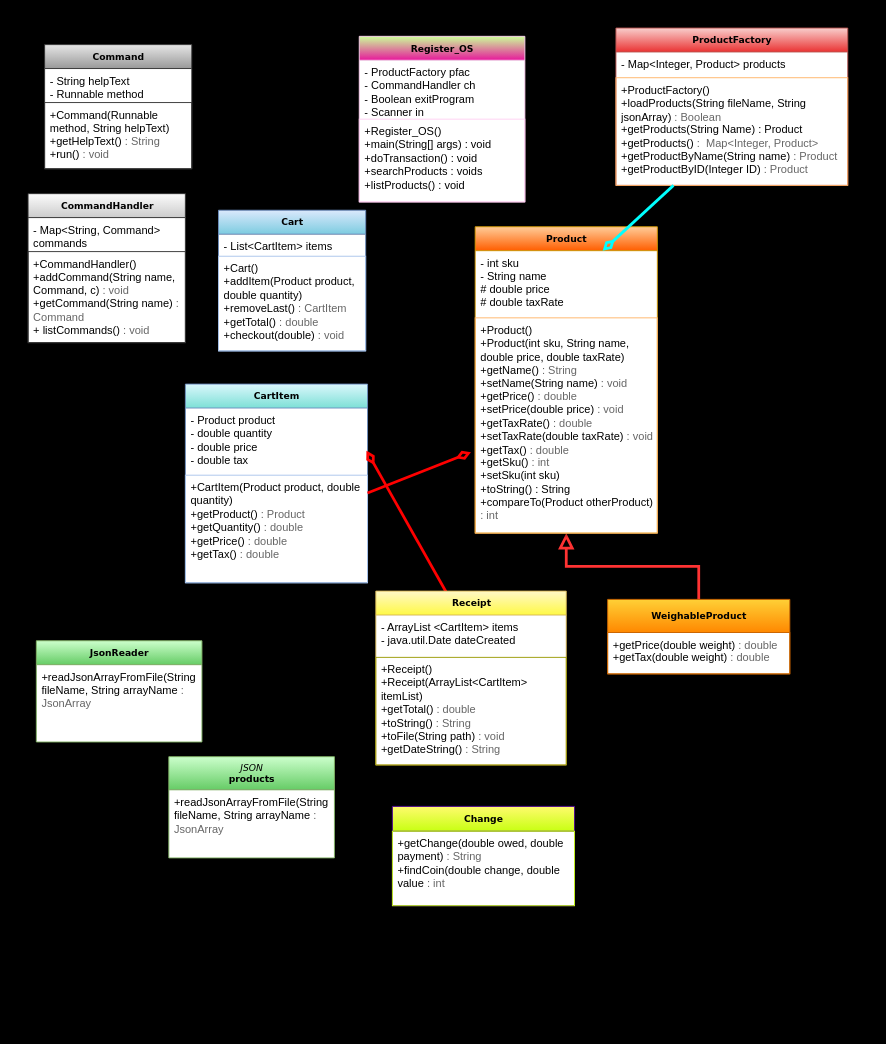
Above: GroceryStoreProject.drawio in ChattState-CompSci2/GroupProject (draw.io), before the change. Source tidied: cells renumbered, new cells numbered last; positions are measured from the earlier drawing's top-left corner, leaving out a move shared by most shapes. Both pictures are drawn from the tidied source at 92%, with x=0, y=0 at pixel (28, 28).
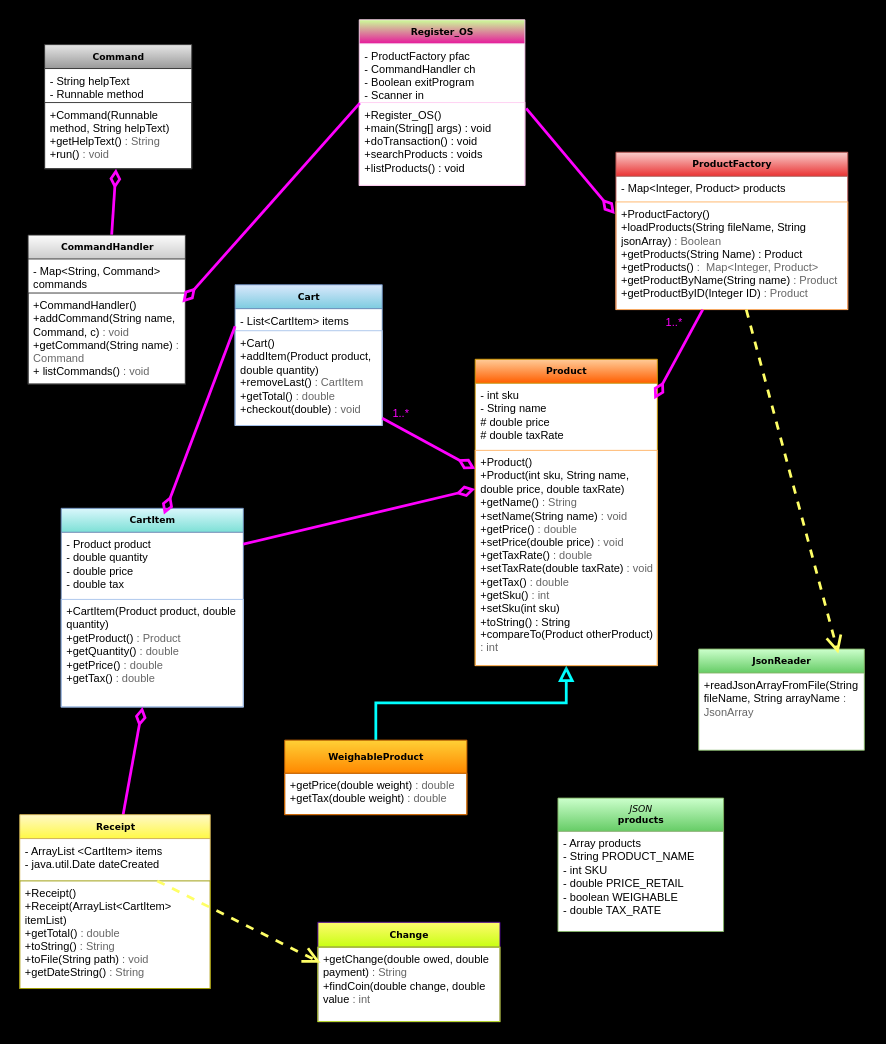
The same page after the edit.

The change refers to these unchanged cells:
```xml
<mxCell id="3" value="- Product product&lt;br&gt;- double quantity&lt;br&gt;- double price&lt;br&gt;- double tax&lt;br&gt;&amp;nbsp;&lt;div&gt;&lt;br&gt;&lt;/div&gt;" style="text;html=1;align=left;verticalAlign=top;spacingLeft=4;spacingRight=4;whiteSpace=wrap;overflow=hidden;points=[[0,0.5],[1,0.5]];portConstraint=eastwest;" parent="2" vertex="1">
  <mxGeometry y="26" width="198" height="73" as="geometry" />
</mxCell>
<mxCell id="4" value="&lt;div&gt;+CartItem(Product product, double quantity)&lt;/div&gt;+getProduct()&lt;font color=&quot;#666666&quot;&gt; : Product&lt;/font&gt;&lt;br&gt;&lt;span style=&quot;background-color: initial;&quot;&gt;+getQuantity(&lt;/span&gt;&lt;span style=&quot;border-color: var(--border-color); background-color: initial;&quot;&gt;) &lt;font color=&quot;#666666&quot;&gt;: double&lt;/font&gt;&lt;/span&gt;&lt;span style=&quot;background-color: initial;&quot;&gt;&lt;br&gt;&lt;/span&gt;&lt;div&gt;&lt;span style=&quot;background-color: initial;&quot;&gt;+getPrice() &lt;font color=&quot;#666666&quot;&gt;: double&lt;/font&gt;&lt;/span&gt;&lt;/div&gt;&lt;div&gt;+getTax()&amp;nbsp;&lt;font style=&quot;border-color: var(--border-color);&quot; color=&quot;#666666&quot;&gt;: double&lt;/font&gt;&lt;span style=&quot;background-color: initial;&quot;&gt;&lt;font color=&quot;#666666&quot;&gt;&lt;br&gt;&lt;/font&gt;&lt;/span&gt;&lt;/div&gt;" style="text;html=1;strokeColor=#A9C4EB;fillColor=none;align=left;verticalAlign=top;spacingLeft=4;spacingRight=4;whiteSpace=wrap;overflow=hidden;points=[[0,0.5],[1,0.5]];portConstraint=eastwest;" parent="2" vertex="1">
  <mxGeometry y="99" width="198" height="117" as="geometry" />
</mxCell>
<mxCell id="10" value="&lt;div&gt;- ProductFactory pfac&lt;/div&gt;&lt;div&gt;- CommandHandler ch&lt;/div&gt;&lt;div&gt;- Boolean exitProgram&lt;/div&gt;&lt;div&gt;- Scanner in&lt;/div&gt;" style="text;html=1;strokeColor=none;fillColor=none;align=left;verticalAlign=top;spacingLeft=4;spacingRight=4;whiteSpace=wrap;overflow=hidden;points=[[0,0.5],[1,0.5]];portConstraint=eastwest;shadow=1;" parent="9" vertex="1">
  <mxGeometry y="26" width="180" height="64" as="geometry" />
</mxCell>
<mxCell id="11" value="&lt;div&gt;+Register_OS()&lt;/div&gt;&lt;div&gt;+main(String[] args) : void&lt;/div&gt;+doTransaction() : void&lt;br&gt;+searchProducts : voids&lt;br&gt;+listProducts() : void" style="text;html=1;strokeColor=#FFCFF2;fillColor=none;align=left;verticalAlign=top;spacingLeft=4;spacingRight=4;whiteSpace=wrap;overflow=hidden;points=[[0,0.5],[1,0.5]];portConstraint=eastwest;" parent="9" vertex="1">
  <mxGeometry y="90" width="180" height="90" as="geometry" />
</mxCell>
<mxCell id="16" value="&lt;div&gt;+Cart()&lt;/div&gt;+addItem(Product product, double quantity&lt;span style=&quot;background-color: initial;&quot;&gt;)&lt;br&gt;+removeLast() &lt;font color=&quot;#666666&quot;&gt;: CartItem&lt;/font&gt;&lt;br&gt;&lt;/span&gt;&lt;div&gt;&lt;span style=&quot;background-color: initial;&quot;&gt;+getTotal() &lt;font color=&quot;#666666&quot;&gt;: double&lt;/font&gt;&lt;/span&gt;&lt;/div&gt;&lt;div&gt;&lt;span style=&quot;background-color: initial;&quot;&gt;+checkout(double)&lt;font color=&quot;#666666&quot;&gt; : void&lt;/font&gt;&lt;/span&gt;&lt;/div&gt;" style="text;html=1;strokeColor=#A9C4EB;fillColor=none;align=left;verticalAlign=top;spacingLeft=4;spacingRight=4;whiteSpace=wrap;overflow=hidden;points=[[0,0.5],[1,0.5]];portConstraint=eastwest;" parent="14" vertex="1">
  <mxGeometry y="50" width="160" height="103" as="geometry" />
</mxCell>
<mxCell id="18" value="&lt;div&gt;- ArrayList &amp;lt;CartItem&amp;gt; items&lt;/div&gt;&lt;div&gt;- java.util.Date dateCreated&lt;/div&gt;" style="text;html=1;align=left;verticalAlign=top;spacingLeft=4;spacingRight=4;whiteSpace=wrap;overflow=hidden;points=[[0,0.5],[1,0.5]];portConstraint=eastwest;" parent="17" vertex="1">
  <mxGeometry y="26" width="207" height="46" as="geometry" />
</mxCell>
<mxCell id="21" value="- int sku&lt;br&gt;- String name&lt;div&gt;# double price&lt;/div&gt;&lt;div&gt;# double taxRate&lt;/div&gt;" style="text;html=1;strokeColor=none;fillColor=none;align=left;verticalAlign=top;spacingLeft=4;spacingRight=4;whiteSpace=wrap;overflow=hidden;points=[[0,0.5],[1,0.5]];portConstraint=eastwest;" parent="20" vertex="1">
  <mxGeometry y="26" width="198" height="73" as="geometry" />
</mxCell>
<mxCell id="22" value="&lt;div&gt;+Product()&lt;br&gt;&lt;/div&gt;&lt;div&gt;+Product(int sku, String name, double price, double taxRate)&lt;br&gt;&lt;/div&gt;&lt;div&gt;+getName()&lt;font color=&quot;#666666&quot;&gt; : String&lt;/font&gt;&lt;/div&gt;&lt;div&gt;+setName(String name) &lt;font color=&quot;#666666&quot;&gt;: void&lt;/font&gt;&lt;/div&gt;&lt;div&gt;+getPrice() &lt;font color=&quot;#666666&quot;&gt;: double&lt;br&gt;&lt;/font&gt;&lt;/div&gt;&lt;div&gt;+setPrice(double price)&lt;font color=&quot;#666666&quot;&gt; : void&lt;/font&gt;&lt;/div&gt;&lt;div&gt;&lt;div&gt;&lt;span style=&quot;background-color: initial;&quot;&gt;+getTaxRate() &lt;font color=&quot;#666666&quot;&gt;: double&lt;/font&gt;&lt;/span&gt;&lt;/div&gt;&lt;div&gt;&lt;span style=&quot;border-color: var(--border-color);&quot;&gt;+setTaxRate(double taxRate)&lt;font color=&quot;#666666&quot;&gt; : void&lt;/font&gt;&lt;/span&gt;&lt;/div&gt;&lt;div&gt;&lt;span style=&quot;border-color: var(--border-color);&quot;&gt;+getTax()&lt;font color=&quot;#666666&quot;&gt; : double&lt;/font&gt;&lt;/span&gt;&lt;/div&gt;&lt;div&gt;+getSku(&lt;span style=&quot;border-color: var(--border-color); background-color: initial;&quot;&gt;)&lt;font color=&quot;#666666&quot;&gt; : int&lt;/font&gt;&lt;/span&gt;&lt;b&gt;&lt;br&gt;&lt;/b&gt;&lt;div&gt;+setSku(int sku&lt;span style=&quot;background-color: initial;&quot;&gt;)&lt;/span&gt;&lt;/div&gt;&lt;div&gt;&lt;span style=&quot;background-color: initial;&quot;&gt;+toString() : String&lt;/span&gt;&lt;/div&gt;&lt;div&gt;&lt;span style=&quot;background-color: initial;&quot;&gt;+compareTo(Product otherProduct)&lt;font color=&quot;#666666&quot;&gt; : int&lt;/font&gt;&lt;/span&gt;&lt;/div&gt;&lt;div&gt;&lt;br&gt;&lt;/div&gt;&lt;/div&gt;&lt;div&gt;&lt;br&gt;&lt;/div&gt;&lt;/div&gt;" style="text;html=1;align=left;verticalAlign=top;spacingLeft=4;spacingRight=4;whiteSpace=wrap;overflow=hidden;points=[[0,0.5],[1,0.5]];portConstraint=eastwest;strokeColor=#FFB366;" parent="20" vertex="1">
  <mxGeometry y="99" width="198" height="234" as="geometry" />
</mxCell>
<mxCell id="25" value="&lt;div&gt;+ProductFactory()&lt;/div&gt;&lt;div&gt;+loadProducts(String fileName, String jsonArray) &lt;font color=&quot;#666666&quot;&gt;: Boolean&lt;/font&gt;&lt;/div&gt;&lt;div&gt;+getProducts(String Name) : Product&lt;/div&gt;&lt;div&gt;&lt;span style=&quot;border-color: var(--border-color); background-color: initial;&quot;&gt;+getProducts()&amp;nbsp;&lt;font style=&quot;border-color: var(--border-color);&quot; color=&quot;#666666&quot;&gt;:&amp;nbsp;&lt;/font&gt;&lt;/span&gt;&lt;span style=&quot;border-color: var(--border-color); background-color: initial;&quot;&gt;&lt;font style=&quot;border-color: var(--border-color);&quot; color=&quot;#666666&quot;&gt;&amp;nbsp;Map&amp;lt;Integer, Product&amp;gt;&lt;/font&gt;&lt;/span&gt;&lt;br&gt;&lt;/div&gt;&lt;div&gt;&lt;span style=&quot;border-color: var(--border-color); background-color: initial;&quot;&gt;&lt;font style=&quot;border-color: var(--border-color);&quot; color=&quot;#666666&quot;&gt;&lt;span style=&quot;color: rgb(0, 0, 0);&quot;&gt;+getProductByName(String name&lt;/span&gt;&lt;span style=&quot;border-color: var(--border-color); color: rgb(0, 0, 0); background-color: initial;&quot;&gt;)&lt;/span&gt;&lt;span style=&quot;border-color: var(--border-color); background-color: initial;&quot;&gt; : Product&lt;/span&gt;&lt;br&gt;&lt;/font&gt;&lt;/span&gt;&lt;/div&gt;&lt;div&gt;+getProductByID(Integer ID&lt;span style=&quot;background-color: initial;&quot;&gt;)&lt;font color=&quot;#666666&quot;&gt; : Product&lt;/font&gt;&lt;/span&gt;&lt;/div&gt;&lt;div&gt;&lt;div&gt;&lt;br&gt;&lt;/div&gt;&lt;/div&gt;&lt;div&gt;&lt;br&gt;&lt;/div&gt;" style="text;html=1;align=left;verticalAlign=top;spacingLeft=4;spacingRight=4;whiteSpace=wrap;overflow=hidden;points=[[0,0.5],[1,0.5]];portConstraint=eastwest;strokeColor=#FFB366;" parent="23" vertex="1">
  <mxGeometry y="54" width="252" height="117" as="geometry" />
</mxCell>
<mxCell id="28" value="&lt;div&gt;+Command(Runnable method, String helpText)&lt;/div&gt;+getHelpText() &lt;font color=&quot;#666666&quot;&gt;: String&lt;/font&gt;&lt;div&gt;+run() &lt;font color=&quot;#666666&quot;&gt;: void&lt;/font&gt;&lt;/div&gt;&lt;div&gt;&lt;br&gt;&lt;/div&gt;" style="text;html=1;align=left;verticalAlign=top;spacingLeft=4;spacingRight=4;whiteSpace=wrap;overflow=hidden;points=[[0,0.5],[1,0.5]];portConstraint=eastwest;strokeColor=#333333;" parent="26" vertex="1">
  <mxGeometry y="63" width="160" height="72" as="geometry" />
</mxCell>
<mxCell id="31" value="&lt;div&gt;+CommandHandler()&lt;/div&gt;+addCommand(String name, Command, c) &lt;font color=&quot;#666666&quot;&gt;: void&lt;/font&gt;&lt;br&gt;+getCommand(String name) &lt;font color=&quot;#666666&quot;&gt;: Command&lt;/font&gt;&lt;br&gt;+ listCommands()&lt;font color=&quot;#666666&quot;&gt; : void&lt;/font&gt;&lt;br&gt;&lt;div&gt;&lt;br&gt;&lt;/div&gt;" style="text;html=1;align=left;verticalAlign=top;spacingLeft=4;spacingRight=4;whiteSpace=wrap;overflow=hidden;points=[[0,0.5],[1,0.5]];portConstraint=eastwest;strokeColor=#333333;" parent="29" vertex="1">
  <mxGeometry y="63" width="171" height="99" as="geometry" />
</mxCell>
<mxCell id="33" value="+getChange(double owed, double payment)&lt;font color=&quot;#666666&quot;&gt; : String&lt;/font&gt;&lt;br&gt;+findCoin(double change, double value&lt;font color=&quot;#666666&quot;&gt; : int&lt;/font&gt;" style="text;html=1;strokeColor=#C8FF12;fillColor=none;align=left;verticalAlign=top;spacingLeft=4;spacingRight=4;whiteSpace=wrap;overflow=hidden;points=[[0,0.5],[1,0.5]];portConstraint=eastwest;" parent="32" vertex="1">
  <mxGeometry y="27" width="198" height="81" as="geometry" />
</mxCell>
```

The edit, as a diff of the source:
```diff
@@
     <mxCell id="2" value="&lt;b&gt;CartItem&lt;/b&gt;" style="swimlane;html=1;fontStyle=0;horizontal=1;startSize=26;swimlaneFillColor=#ffffff;rounded=0;shadow=1;comic=0;labelBackgroundColor=none;strokeWidth=1;fontFamily=Verdana;fontSize=10;align=center;fillColor=#DBF7FC;strokeColor=#6c8ebf;gradientColor=#7DE0D6;" parent="1" vertex="1">
-      <mxGeometry x="171" y="387" width="198" height="216" as="geometry" />
+      <mxGeometry x="36" y="522" width="198" height="216" as="geometry" />
     </mxCell>
@@
-    <mxCell id="5" style="edgeStyle=none;rounded=0;html=1;entryX=0.994;entryY=0.635;entryDx=0;entryDy=0;entryPerimeter=0;strokeColor=#FF0000;strokeWidth=3;fontColor=#666666;endArrow=diamondThin;endFill=0;startSize=3;endSize=9;targetPerimeterSpacing=0;" parent="1" edge="1" source="18" target="3">
+    <mxCell id="5" style="edgeStyle=none;rounded=0;html=1;strokeColor=#FF00FF;strokeWidth=3;fontColor=#666666;endArrow=diamondThin;endFill=0;startSize=3;endSize=13;targetPerimeterSpacing=0;" parent="1" edge="1" source="18" target="4">
       <mxGeometry relative="1" as="geometry" />
     </mxCell>
-    <mxCell id="6" style="edgeStyle=orthogonalEdgeStyle;rounded=0;html=1;labelBackgroundColor=none;startFill=0;endArrow=block;endFill=0;endSize=10;fontFamily=Verdana;fontSize=10;fillColor=#ffff88;strokeColor=#FF3333;shadow=1;strokeWidth=3;entryX=0.5;entryY=1;entryDx=0;entryDy=0;exitX=0.5;exitY=0;exitDx=0;exitDy=0;" parent="1" edge="1" source="12" target="20">
+    <mxCell id="6" style="edgeStyle=orthogonalEdgeStyle;rounded=0;html=1;labelBackgroundColor=none;startFill=0;endArrow=block;endFill=0;endSize=10;fontFamily=Verdana;fontSize=10;fillColor=#ffff88;strokeColor=#00FFFF;shadow=1;strokeWidth=3;entryX=0.5;entryY=1;entryDx=0;entryDy=0;exitX=0.5;exitY=0;exitDx=0;exitDy=0;" parent="1" edge="1" source="12" target="20">
       <mxGeometry relative="1" as="geometry" />
     </mxCell>
     <mxCell id="7" value="&lt;b&gt;JsonReader&lt;/b&gt;" style="swimlane;html=1;fontStyle=0;horizontal=1;startSize=26;fillColor=#CCFFCC;swimlaneFillColor=#ffffff;rounded=0;shadow=1;comic=0;labelBackgroundColor=none;strokeWidth=1;fontFamily=Verdana;fontSize=10;align=center;strokeColor=#82b366;gradientColor=#66CC66;" parent="1" vertex="1">
-      <mxGeometry x="9" y="666" width="180" height="110" as="geometry" />
+      <mxGeometry x="729" y="675" width="180" height="110" as="geometry" />
     </mxCell>
-    <mxCell id="8" value="+readJsonArrayFromFile(String fileName, String arrayName&lt;font color=&quot;#666666&quot;&gt; : JsonArray&lt;/font&gt;" style="text;html=1;strokeColor=none;fillColor=none;align=left;verticalAlign=top;spacingLeft=4;spacingRight=4;whiteSpace=wrap;overflow=hidden;" parent="7" vertex="1">
-      <mxGeometry y="26" width="180" height="82" as="geometry" />
-    </mxCell>
     <mxCell id="9" value="&lt;b&gt;Register_OS&lt;/b&gt;" style="swimlane;html=1;fontStyle=0;horizontal=1;startSize=26;swimlaneFillColor=#ffffff;rounded=0;shadow=1;comic=0;labelBackgroundColor=none;strokeWidth=1;fontFamily=Verdana;fontSize=10;align=center;fillColor=#CCFF99;strokeColor=#FFCFF2;gradientColor=#E6199B;" parent="1" vertex="1">
-      <mxGeometry x="360" y="9" width="180" height="180" as="geometry" />
+      <mxGeometry x="360" y="-9" width="180" height="180" as="geometry" />
     </mxCell>
@@
     <mxCell id="12" value="&lt;div style=&quot;&quot;&gt;&lt;b style=&quot;background-color: initial;&quot;&gt;WeighableProduct&lt;/b&gt;&lt;/div&gt;" style="swimlane;html=1;fontStyle=0;horizontal=1;startSize=36;fillColor=#FFD036;swimlaneFillColor=#ffffff;rounded=0;shadow=1;comic=0;labelBackgroundColor=none;strokeWidth=1;fontFamily=Verdana;fontSize=10;align=center;strokeColor=#CC6600;gradientColor=#FF8800;" parent="1" vertex="1">
-      <mxGeometry x="630" y="621" width="198" height="81" as="geometry" />
+      <mxGeometry x="279" y="774" width="198" height="81" as="geometry" />
     </mxCell>
@@
     <mxCell id="14" value="&lt;b&gt;Cart&lt;/b&gt;" style="swimlane;html=1;fontStyle=0;horizontal=1;startSize=26;swimlaneFillColor=#ffffff;rounded=0;shadow=1;comic=0;labelBackgroundColor=none;strokeWidth=1;fontFamily=Verdana;fontSize=10;align=center;fillColor=#dae8fc;strokeColor=#6c8ebf;gradientColor=#7DCCE0;" parent="1" vertex="1">
-      <mxGeometry x="207" y="198" width="160" height="153" as="geometry" />
+      <mxGeometry x="225" y="279" width="160" height="153" as="geometry" />
     </mxCell>
@@
     <mxCell id="17" value="&lt;b&gt;Receipt&lt;/b&gt;" style="swimlane;html=1;fontStyle=0;horizontal=1;startSize=26;swimlaneFillColor=#ffffff;rounded=0;shadow=1;comic=0;labelBackgroundColor=none;strokeWidth=1;fontFamily=Verdana;fontSize=10;align=center;fillColor=#FFF8C7;strokeColor=#d6b656;gradientColor=#FFF945;" parent="1" vertex="1">
-      <mxGeometry x="378" y="612" width="207" height="189" as="geometry" />
+      <mxGeometry x="-9" y="855" width="207" height="189" as="geometry" />
     </mxCell>
@@
     <mxCell id="20" value="&lt;b&gt;Product&lt;/b&gt;" style="swimlane;html=1;fontStyle=0;horizontal=1;startSize=26;fillColor=#FFCC99;swimlaneFillColor=#ffffff;rounded=0;shadow=1;comic=0;labelBackgroundColor=none;strokeWidth=1;fontFamily=Verdana;fontSize=10;align=center;strokeColor=#d79b00;glass=0;swimlaneLine=1;gradientColor=#FF5E00;" parent="1" vertex="1">
-      <mxGeometry x="486" y="216" width="198" height="333" as="geometry" />
+      <mxGeometry x="486" y="360" width="198" height="333" as="geometry" />
     </mxCell>
@@
     <mxCell id="23" value="&lt;b&gt;ProductFactory&lt;/b&gt;" style="swimlane;html=1;fontStyle=0;horizontal=1;startSize=26;fillColor=#f8cecc;swimlaneFillColor=default;rounded=0;shadow=1;comic=0;labelBackgroundColor=none;strokeWidth=1;fontFamily=Verdana;fontSize=10;align=center;strokeColor=#b85450;glass=0;swimlaneLine=1;gradientColor=#EA3333;gradientDirection=south;" parent="1" vertex="1">
-      <mxGeometry x="639" width="252" height="171" as="geometry" />
+      <mxGeometry x="639" y="135" width="252" height="171" as="geometry" />
     </mxCell>
@@
+    <mxCell id="38" style="edgeStyle=none;rounded=0;html=1;strokeColor=#FF00FF;strokeWidth=3;fontColor=#666666;endArrow=diamondThin;endFill=0;startSize=3;endSize=13;targetPerimeterSpacing=0;" parent="1" edge="1" source="29" target="28">
+      <mxGeometry relative="1" as="geometry" />
+    </mxCell>
     <mxCell id="29" value="&lt;b&gt;CommandHandler&lt;/b&gt;" style="swimlane;html=1;fontStyle=0;horizontal=1;startSize=26;fillColor=#FCFCFC;swimlaneFillColor=#ffffff;rounded=0;shadow=1;comic=0;labelBackgroundColor=none;strokeWidth=1;fontFamily=Verdana;fontSize=10;align=center;strokeColor=#333333;glass=0;swimlaneLine=1;gradientColor=#CCCCCC;" parent="1" vertex="1">
-      <mxGeometry y="180" width="171" height="162" as="geometry" />
+      <mxGeometry y="225" width="171" height="162" as="geometry" />
     </mxCell>
@@
     <mxCell id="32" value="&lt;div style=&quot;&quot;&gt;&lt;b&gt;Change&lt;/b&gt;&lt;/div&gt;" style="swimlane;html=1;fontStyle=0;horizontal=1;startSize=27;fillColor=#FFFA6E;swimlaneFillColor=#ffffff;rounded=0;shadow=1;comic=0;labelBackgroundColor=none;strokeWidth=1;fontFamily=Verdana;fontSize=10;align=center;strokeColor=#4C0099;gradientColor=#C8FF12;" parent="1" vertex="1">
-      <mxGeometry x="396" y="846" width="198" height="108" as="geometry" />
+      <mxGeometry x="315" y="972" width="198" height="108" as="geometry" />
     </mxCell>
@@
-    <mxCell id="34" style="edgeStyle=none;html=1;entryX=-0.023;entryY=0.624;entryDx=0;entryDy=0;entryPerimeter=0;strokeColor=#FF0000;strokeWidth=3;fontColor=#666666;endArrow=diamondThin;endFill=0;targetPerimeterSpacing=0;rounded=0;startSize=1;endSize=9;" parent="1" edge="1" source="4" target="22">
-      <mxGeometry relative="1" as="geometry" />
-    </mxCell>
-    <mxCell id="35" style="edgeStyle=none;rounded=0;html=1;strokeColor=#00FFFF;strokeWidth=3;fontColor=#666666;endArrow=diamondThin;endFill=0;startSize=3;endSize=9;targetPerimeterSpacing=0;" parent="1" edge="1" source="25" target="21">
+    <mxCell id="35" style="edgeStyle=none;rounded=0;html=1;strokeColor=#FF00FF;strokeWidth=3;fontColor=#666666;endArrow=diamondThin;endFill=0;startSize=3;endSize=13;targetPerimeterSpacing=0;entryX=0.983;entryY=0.238;entryDx=0;entryDy=0;entryPerimeter=0;" parent="1" edge="1" source="25" target="21">
       <mxGeometry relative="1" as="geometry" />
     </mxCell>
     <mxCell id="36" value="&lt;i&gt;JSON&lt;br&gt;&lt;/i&gt;&lt;b&gt;products&lt;/b&gt;" style="swimlane;html=1;fontStyle=0;horizontal=1;startSize=36;fillColor=#CCFFCC;swimlaneFillColor=#ffffff;rounded=0;shadow=1;comic=0;labelBackgroundColor=none;strokeWidth=1;fontFamily=Verdana;fontSize=10;align=center;strokeColor=#82b366;gradientColor=#66CC66;" parent="1" vertex="1">
-      <mxGeometry x="153" y="792" width="180" height="110" as="geometry" />
+      <mxGeometry x="576" y="837" width="180" height="145" as="geometry" />
     </mxCell>
-    <mxCell id="37" value="+readJsonArrayFromFile(String fileName, String arrayName&lt;font color=&quot;#666666&quot;&gt; : JsonArray&lt;/font&gt;" style="text;html=1;strokeColor=none;fillColor=none;align=left;verticalAlign=top;spacingLeft=4;spacingRight=4;whiteSpace=wrap;overflow=hidden;" parent="36" vertex="1">
-      <mxGeometry y="36" width="180" height="73" as="geometry" />
+    <mxCell id="37" value="- Array products&lt;br&gt;- String PRODUCT_NAME&lt;br&gt;- int SKU&lt;br&gt;- double PRICE_RETAIL&lt;br&gt;- boolean WEIGHABLE&lt;br&gt;- double TAX_RATE" style="text;html=1;strokeColor=none;fillColor=none;align=left;verticalAlign=top;spacingLeft=4;spacingRight=4;whiteSpace=wrap;overflow=hidden;" parent="36" vertex="1">
+      <mxGeometry y="36" width="180" height="108" as="geometry" />
     </mxCell>
+    <mxCell id="39" style="edgeStyle=none;rounded=0;html=1;strokeColor=#FF00FF;strokeWidth=3;fontColor=#666666;endArrow=diamondThin;endFill=0;startSize=3;endSize=13;targetPerimeterSpacing=0;" parent="1" edge="1" source="3">
+      <mxGeometry relative="1" as="geometry">
+        <mxPoint x="486" y="501" as="targetPoint" />
+      </mxGeometry>
+    </mxCell>
+    <mxCell id="40" style="edgeStyle=none;rounded=0;html=1;entryX=-0.005;entryY=0.113;entryDx=0;entryDy=0;entryPerimeter=0;strokeColor=#FF00FF;strokeWidth=3;fontColor=#666666;endArrow=diamondThin;endFill=0;startSize=3;endSize=13;targetPerimeterSpacing=0;exitX=1.008;exitY=1.097;exitDx=0;exitDy=0;exitPerimeter=0;" parent="1" edge="1" source="10" target="25">
+      <mxGeometry relative="1" as="geometry" />
+    </mxCell>
+    <mxCell id="41" style="edgeStyle=none;rounded=0;html=1;entryX=0.564;entryY=0.031;entryDx=0;entryDy=0;entryPerimeter=0;strokeColor=#FF00FF;strokeWidth=3;fontColor=#666666;endArrow=diamondThin;endFill=0;startSize=3;endSize=13;targetPerimeterSpacing=0;" parent="1" edge="1" target="2">
+      <mxGeometry relative="1" as="geometry">
+        <mxPoint x="225" y="324" as="sourcePoint" />
+      </mxGeometry>
+    </mxCell>
+    <mxCell id="42" style="edgeStyle=none;rounded=0;html=1;entryX=0;entryY=0.086;entryDx=0;entryDy=0;entryPerimeter=0;strokeColor=#FF00FF;strokeWidth=3;fontColor=#666666;endArrow=diamondThin;endFill=0;startSize=3;endSize=13;targetPerimeterSpacing=0;" parent="1" edge="1" source="16" target="22">
+      <mxGeometry relative="1" as="geometry" />
+    </mxCell>
+    <mxCell id="43" style="edgeStyle=none;rounded=0;html=1;entryX=0.981;entryY=0.105;entryDx=0;entryDy=0;entryPerimeter=0;strokeColor=#FF00FF;strokeWidth=3;fontColor=#666666;endArrow=diamondThin;endFill=0;startSize=3;endSize=13;targetPerimeterSpacing=0;exitX=0.003;exitY=0.007;exitDx=0;exitDy=0;exitPerimeter=0;" parent="1" edge="1" source="11" target="31">
+      <mxGeometry relative="1" as="geometry" />
+    </mxCell>
+    <mxCell id="44" style="edgeStyle=none;rounded=0;html=1;entryX=0.843;entryY=0.045;entryDx=0;entryDy=0;entryPerimeter=0;strokeColor=#FFFF66;strokeWidth=3;fontColor=#666666;endArrow=open;endFill=0;startSize=3;endSize=13;targetPerimeterSpacing=0;dashed=1;" parent="1" edge="1" source="25" target="7">
+      <mxGeometry relative="1" as="geometry" />
+    </mxCell>
+    <mxCell id="45" style="edgeStyle=none;rounded=0;html=1;entryX=0.015;entryY=0.21;entryDx=0;entryDy=0;entryPerimeter=0;dashed=1;strokeColor=#FFFF66;strokeWidth=3;fontColor=#666666;endArrow=open;endFill=0;startSize=3;endSize=13;targetPerimeterSpacing=0;" parent="1" edge="1" source="18" target="33">
+      <mxGeometry relative="1" as="geometry" />
+    </mxCell>
+    <mxCell id="8" value="+readJsonArrayFromFile(String fileName, String arrayName&lt;font color=&quot;#666666&quot;&gt; : JsonArray&lt;/font&gt;" style="text;html=1;strokeColor=none;fillColor=none;align=left;verticalAlign=top;spacingLeft=4;spacingRight=4;whiteSpace=wrap;overflow=hidden;" parent="1" vertex="1">
+      <mxGeometry x="729" y="701" width="180" height="82" as="geometry" />
+    </mxCell>
+    <mxCell id="46" value="&lt;font color=&quot;#ff00ff&quot;&gt;1..*&lt;/font&gt;" style="text;html=1;align=center;verticalAlign=middle;strokeColor=none;fillColor=none;fontColor=#666666;" parent="1" vertex="1">
+      <mxGeometry x="387" y="405" width="36" height="27" as="geometry" />
+    </mxCell>
+    <mxCell id="47" value="&lt;font color=&quot;#ff00ff&quot;&gt;1..*&lt;/font&gt;" style="text;html=1;align=center;verticalAlign=middle;strokeColor=none;fillColor=none;fontColor=#666666;" parent="1" vertex="1">
+      <mxGeometry x="684" y="306" width="36" height="27" as="geometry" />
+    </mxCell>
```
